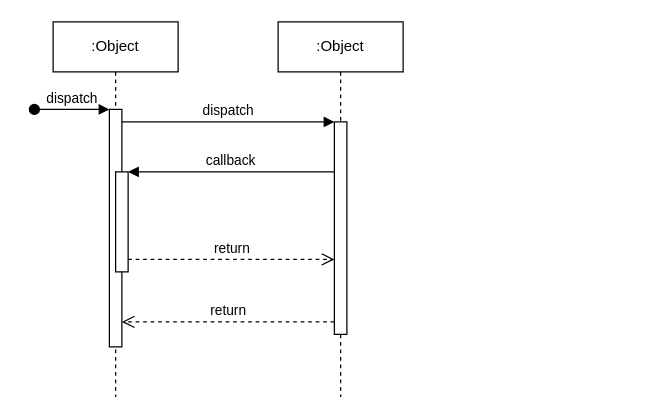
Before: doc/Untitled Diagram.drawio in Intel-Edge-AI-SW-Developers-2nd-Team-1/BoardMaestro, a draw.io diagram. Source tidied: cells renumbered, new cells numbered last; positions are measured from the earlier drawing's top-left corner, leaving out a move shared by most shapes. Both pictures are drawn from the tidied source at 125%, with x=0, y=0 at pixel (34, 21).
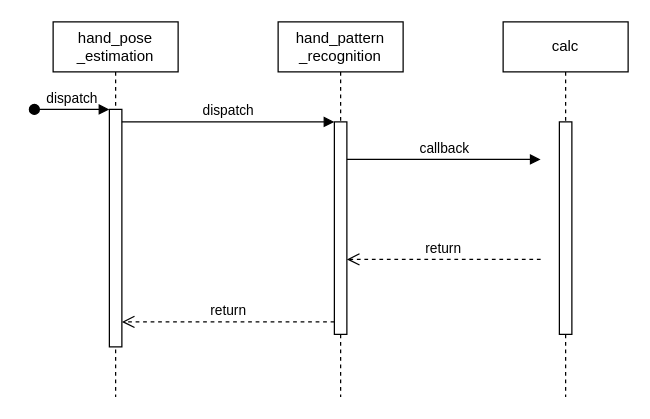
Above is the later version.

Diff of the diagram source:
```diff
@@
 <mxGraphModel>
   <root>
     <mxCell id="0" />
     <mxCell id="1" parent="0" />
-    <mxCell id="2" value=":Object" style="shape=umlLifeline;perimeter=lifelinePerimeter;whiteSpace=wrap;html=1;newEdgeStyle={&quot;edgeStyle&quot;:&quot;elbowEdgeStyle&quot;,&quot;elbow&quot;:&quot;vertical&quot;,&quot;curved&quot;:0,&quot;rounded&quot;:0};" parent="1" vertex="1">
+    <mxCell id="2" value="&lt;div&gt;hand_pose&lt;/div&gt;&lt;div&gt;_estimation&lt;/div&gt;" style="shape=umlLifeline;perimeter=lifelinePerimeter;whiteSpace=wrap;html=1;newEdgeStyle={&quot;edgeStyle&quot;:&quot;elbowEdgeStyle&quot;,&quot;elbow&quot;:&quot;vertical&quot;,&quot;curved&quot;:0,&quot;rounded&quot;:0};" parent="1" vertex="1">
       <mxGeometry x="15" width="100" height="300" as="geometry" />
     </mxCell>
     <mxCell id="3" style="html=1;points=[];perimeter=orthogonalPerimeter;outlineConnect=0;targetShapes=umlLifeline;portConstraint=eastwest;newEdgeStyle={&quot;edgeStyle&quot;:&quot;elbowEdgeStyle&quot;,&quot;elbow&quot;:&quot;vertical&quot;,&quot;curved&quot;:0,&quot;rounded&quot;:0};" parent="2" vertex="1">
       <mxGeometry x="45" y="70" width="10" height="190" as="geometry" />
     </mxCell>
     <mxCell id="4" value="dispatch" style="html=1;verticalAlign=bottom;startArrow=oval;endArrow=block;startSize=8;edgeStyle=elbowEdgeStyle;elbow=vertical;curved=0;rounded=0;" parent="2" edge="1" target="3">
       <mxGeometry relative="1" as="geometry">
         <mxPoint x="-15" y="70" as="sourcePoint" />
       </mxGeometry>
     </mxCell>
-    <mxCell id="5" style="html=1;points=[];perimeter=orthogonalPerimeter;outlineConnect=0;targetShapes=umlLifeline;portConstraint=eastwest;newEdgeStyle={&quot;edgeStyle&quot;:&quot;elbowEdgeStyle&quot;,&quot;elbow&quot;:&quot;vertical&quot;,&quot;curved&quot;:0,&quot;rounded&quot;:0};" parent="2" vertex="1">
-      <mxGeometry x="50" y="120" width="10" height="80" as="geometry" />
-    </mxCell>
-    <mxCell id="6" value=":Object" style="shape=umlLifeline;perimeter=lifelinePerimeter;whiteSpace=wrap;html=1;newEdgeStyle={&quot;edgeStyle&quot;:&quot;elbowEdgeStyle&quot;,&quot;elbow&quot;:&quot;vertical&quot;,&quot;curved&quot;:0,&quot;rounded&quot;:0};" parent="1" vertex="1">
+    <mxCell id="6" value="&lt;div&gt;hand_pattern&lt;/div&gt;&lt;div&gt;_recognition&lt;/div&gt;" style="shape=umlLifeline;perimeter=lifelinePerimeter;whiteSpace=wrap;html=1;newEdgeStyle={&quot;edgeStyle&quot;:&quot;elbowEdgeStyle&quot;,&quot;elbow&quot;:&quot;vertical&quot;,&quot;curved&quot;:0,&quot;rounded&quot;:0};" parent="1" vertex="1">
       <mxGeometry x="195" width="100" height="300" as="geometry" />
     </mxCell>
     <mxCell id="7" style="html=1;points=[];perimeter=orthogonalPerimeter;outlineConnect=0;targetShapes=umlLifeline;portConstraint=eastwest;newEdgeStyle={&quot;edgeStyle&quot;:&quot;elbowEdgeStyle&quot;,&quot;elbow&quot;:&quot;vertical&quot;,&quot;curved&quot;:0,&quot;rounded&quot;:0};" parent="6" vertex="1">
       <mxGeometry x="45" y="80" width="10" height="170" as="geometry" />
     </mxCell>
     <mxCell id="8" value="dispatch" style="html=1;verticalAlign=bottom;endArrow=block;edgeStyle=elbowEdgeStyle;elbow=vertical;curved=0;rounded=0;" parent="1" edge="1" source="3" target="7">
       <mxGeometry relative="1" as="geometry">
         <Array as="points">
           <mxPoint x="155" y="80" />
         </Array>
       </mxGeometry>
     </mxCell>
     <mxCell id="9" value="return" style="html=1;verticalAlign=bottom;endArrow=open;dashed=1;endSize=8;edgeStyle=elbowEdgeStyle;elbow=vertical;curved=0;rounded=0;" parent="1" edge="1" source="7" target="3">
       <mxGeometry relative="1" as="geometry">
         <Array as="points">
           <mxPoint x="165" y="240" />
         </Array>
       </mxGeometry>
     </mxCell>
-    <mxCell id="10" value="callback" style="html=1;verticalAlign=bottom;endArrow=block;edgeStyle=elbowEdgeStyle;elbow=vertical;curved=0;rounded=0;" parent="1" edge="1" source="7" target="5">
+    <mxCell id="10" value="callback" style="html=1;verticalAlign=bottom;endArrow=block;edgeStyle=elbowEdgeStyle;elbow=vertical;curved=0;rounded=0;" parent="1" edge="1" source="7">
       <mxGeometry relative="1" as="geometry">
+        <mxPoint x="405" y="110" as="targetPoint" />
         <Array as="points">
-          <mxPoint x="165" y="120" />
+          <mxPoint x="355" y="110" />
         </Array>
       </mxGeometry>
     </mxCell>
-    <mxCell id="11" value="return" style="html=1;verticalAlign=bottom;endArrow=open;dashed=1;endSize=8;edgeStyle=elbowEdgeStyle;elbow=vertical;curved=0;rounded=0;" parent="1" edge="1" source="5" target="7">
+    <mxCell id="11" value="return" style="html=1;verticalAlign=bottom;endArrow=open;dashed=1;endSize=8;edgeStyle=elbowEdgeStyle;elbow=vertical;curved=0;rounded=0;" parent="1" edge="1" target="7">
       <mxGeometry relative="1" as="geometry">
+        <mxPoint x="405" y="190" as="sourcePoint" />
         <Array as="points">
-          <mxPoint x="155" y="190" />
+          <mxPoint x="375" y="190" />
         </Array>
       </mxGeometry>
     </mxCell>
+    <mxCell id="12" value="calc" style="shape=umlLifeline;perimeter=lifelinePerimeter;whiteSpace=wrap;html=1;newEdgeStyle={&quot;edgeStyle&quot;:&quot;elbowEdgeStyle&quot;,&quot;elbow&quot;:&quot;vertical&quot;,&quot;curved&quot;:0,&quot;rounded&quot;:0};" parent="1" vertex="1">
+      <mxGeometry x="375" width="100" height="300" as="geometry" />
+    </mxCell>
+    <mxCell id="13" style="html=1;perimeter=orthogonalPerimeter;targetShapes=umlLifeline;newEdgeStyle={&quot;edgeStyle&quot;:&quot;elbowEdgeStyle&quot;,&quot;elbow&quot;:&quot;vertical&quot;,&quot;curved&quot;:0,&quot;rounded&quot;:0};" parent="12" vertex="1">
+      <mxGeometry x="45" y="80" width="10" height="170" as="geometry" />
+    </mxCell>
   </root>
 </mxGraphModel>
```
